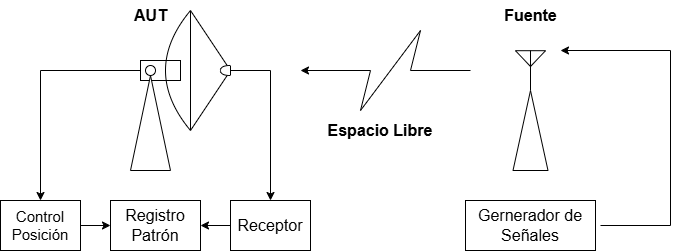
Above: img/farfielddiag.png in aitkenbug/memoria-vaitken (draw.io), before the change. Source tidied: cells renumbered, new cells last; positions are measured from the earlier drawing's top-left corner, leaving out a move shared by most shapes. The source it was exported from:
```xml
<mxGraphModel>
  <root>
    <mxCell id="0" />
    <mxCell id="1" parent="0" />
    <mxCell id="2" style="edgeStyle=orthogonalEdgeStyle;rounded=0;jettySize=auto;html=1;exitX=0;exitY=0.5;exitDx=0;exitDy=0;entryX=0.5;entryY=0;entryDx=0;entryDy=0;" parent="1" edge="1" source="3" target="19">
      <mxGeometry relative="1" as="geometry" />
    </mxCell>
    <mxCell id="3" style="rounded=0;whiteSpace=wrap;html=1;" parent="1" vertex="1">
      <mxGeometry x="140" y="60" width="40" height="20" as="geometry" />
    </mxCell>
    <mxCell id="4" style="verticalLabelPosition=bottom;shadow=0;dashed=0;align=center;html=1;verticalAlign=top;shape=mxgraph.electrical.radio.aerial_-_antenna_2;" parent="1" vertex="1">
      <mxGeometry x="515" y="50" width="30" height="40" as="geometry" />
    </mxCell>
    <mxCell id="5" style="endArrow=none;html=1;rounded=0;" parent="1" edge="1">
      <mxGeometry relative="1" as="geometry">
        <mxPoint x="190" y="130" as="sourcePoint" />
        <mxPoint x="190" y="10" as="targetPoint" />
      </mxGeometry>
    </mxCell>
    <mxCell id="6" style="endArrow=none;html=1;rounded=0;curved=1;" parent="1" edge="1">
      <mxGeometry relative="1" as="geometry">
        <mxPoint x="190" y="130" as="sourcePoint" />
        <mxPoint x="190" y="10" as="targetPoint" />
        <Array as="points">
          <mxPoint x="140" y="70" />
        </Array>
      </mxGeometry>
    </mxCell>
    <mxCell id="7" style="endArrow=none;html=1;rounded=0;" parent="1" edge="1">
      <mxGeometry relative="1" as="geometry">
        <mxPoint x="190" y="130" as="sourcePoint" />
        <mxPoint x="230" y="70" as="targetPoint" />
      </mxGeometry>
    </mxCell>
    <mxCell id="8" style="endArrow=none;html=1;rounded=0;" parent="1" edge="1">
      <mxGeometry relative="1" as="geometry">
        <mxPoint x="190" y="10" as="sourcePoint" />
        <mxPoint x="230" y="70" as="targetPoint" />
      </mxGeometry>
    </mxCell>
    <mxCell id="9" style="shape=or;whiteSpace=wrap;html=1;direction=west;" parent="1" vertex="1">
      <mxGeometry x="220" y="65" width="10" height="10" as="geometry" />
    </mxCell>
    <mxCell id="10" style="triangle;whiteSpace=wrap;html=1;direction=north;" parent="1" vertex="1">
      <mxGeometry x="130" y="75" width="40" height="95" as="geometry" />
    </mxCell>
    <mxCell id="11" style="ellipse;whiteSpace=wrap;html=1;" parent="1" vertex="1">
      <mxGeometry x="145" y="65" width="10" height="10" as="geometry" />
    </mxCell>
    <mxCell id="12" style="triangle;whiteSpace=wrap;html=1;direction=north;" parent="1" vertex="1">
      <mxGeometry x="512.5" y="90" width="35" height="80" as="geometry" />
    </mxCell>
    <mxCell id="13" value="&lt;b&gt;&lt;font style=&quot;font-size: 16px;&quot;&gt;AUT&lt;/font&gt;&lt;/b&gt;" style="text;html=1;align=center;verticalAlign=middle;strokeColor=none;fillColor=none;" parent="1" vertex="1">
      <mxGeometry x="120" width="60" height="30" as="geometry" />
    </mxCell>
    <mxCell id="14" value="&lt;span style=&quot;font-size: 16px;&quot;&gt;&lt;b&gt;Fuente&lt;/b&gt;&lt;/span&gt;" style="text;html=1;align=center;verticalAlign=middle;strokeColor=none;fillColor=none;" parent="1" vertex="1">
      <mxGeometry x="490" width="80" height="30" as="geometry" />
    </mxCell>
    <mxCell id="15" style="edgeStyle=orthogonalEdgeStyle;rounded=0;jettySize=auto;html=1;exitX=0;exitY=0.5;exitDx=0;exitDy=0;entryX=1;entryY=0.5;entryDx=0;entryDy=0;" parent="1" edge="1" source="16" target="17">
      <mxGeometry relative="1" as="geometry" />
    </mxCell>
    <mxCell id="16" value="Receptor" style="rounded=0;whiteSpace=wrap;html=1;fontSize=16;" parent="1" vertex="1">
      <mxGeometry x="230" y="200" width="80" height="50" as="geometry" />
    </mxCell>
    <mxCell id="17" value="Registro Patrón" style="rounded=0;whiteSpace=wrap;html=1;fontSize=16;" parent="1" vertex="1">
      <mxGeometry x="110" y="200" width="90" height="50" as="geometry" />
    </mxCell>
    <mxCell id="18" style="edgeStyle=orthogonalEdgeStyle;rounded=0;jettySize=auto;html=1;exitX=1;exitY=0.5;exitDx=0;exitDy=0;entryX=0;entryY=0.5;entryDx=0;entryDy=0;" parent="1" edge="1" source="19" target="17">
      <mxGeometry relative="1" as="geometry" />
    </mxCell>
    <mxCell id="19" value="Control Posición" style="rounded=0;whiteSpace=wrap;html=1;fontSize=15;" parent="1" vertex="1">
      <mxGeometry y="200" width="80" height="50" as="geometry" />
    </mxCell>
    <mxCell id="20" style="edgeStyle=orthogonalEdgeStyle;rounded=0;jettySize=auto;html=1;exitX=0;exitY=0.5;exitDx=0;exitDy=0;entryX=0.5;entryY=0;entryDx=0;entryDy=0;exitPerimeter=0;" parent="1" edge="1" source="9" target="16">
      <mxGeometry relative="1" as="geometry" />
    </mxCell>
    <mxCell id="21" style="endArrow=classic;html=1;rounded=0;" parent="1" edge="1">
      <mxGeometry relative="1" as="geometry">
        <mxPoint x="470" y="70" as="sourcePoint" />
        <mxPoint x="300" y="70" as="targetPoint" />
        <Array as="points">
          <mxPoint x="410" y="70" />
          <mxPoint x="420" y="30" />
          <mxPoint x="360" y="110" />
          <mxPoint x="370" y="70" />
        </Array>
      </mxGeometry>
    </mxCell>
    <mxCell id="22" value="Gernerador de Señales" style="rounded=0;whiteSpace=wrap;html=1;fontSize=16;" parent="1" vertex="1">
      <mxGeometry x="465" y="200" width="130" height="50" as="geometry" />
    </mxCell>
    <mxCell id="23" value="Espacio Libre" style="text;html=1;align=center;verticalAlign=middle;whiteSpace=wrap;rounded=0;fontStyle=1;fontSize=16;" parent="1" vertex="1">
      <mxGeometry x="310" y="115" width="140" height="30" as="geometry" />
    </mxCell>
    <mxCell id="24" style="endArrow=classic;html=1;rounded=0;" parent="1" edge="1">
      <mxGeometry relative="1" as="geometry">
        <mxPoint x="600" y="225" as="sourcePoint" />
        <mxPoint x="560" y="50" as="targetPoint" />
        <Array as="points">
          <mxPoint x="670" y="225" />
          <mxPoint x="670" y="50" />
        </Array>
      </mxGeometry>
    </mxCell>
  </root>
</mxGraphModel>
```
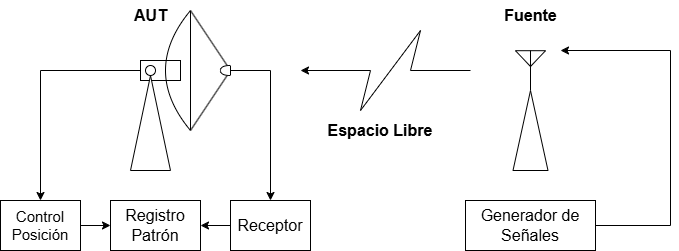
Above is the later version.

What changed in the source:
```diff
@@ -86,15 +86,14 @@
         </Array>
       </mxGeometry>
     </mxCell>
-    <mxCell id="22" value="Gernerador de Señales" style="rounded=0;whiteSpace=wrap;html=1;fontSize=16;" parent="1" vertex="1">
+    <mxCell id="22" value="Generador de Señales" style="rounded=0;whiteSpace=wrap;html=1;fontSize=16;" parent="1" vertex="1">
       <mxGeometry x="465" y="200" width="130" height="50" as="geometry" />
     </mxCell>
     <mxCell id="23" value="Espacio Libre" style="text;html=1;align=center;verticalAlign=middle;whiteSpace=wrap;rounded=0;fontStyle=1;fontSize=16;" parent="1" vertex="1">
       <mxGeometry x="310" y="115" width="140" height="30" as="geometry" />
     </mxCell>
-    <mxCell id="24" style="endArrow=classic;html=1;rounded=0;" parent="1" edge="1">
+    <mxCell id="24" style="endArrow=classic;html=1;rounded=0;exitX=1;exitY=0.5;exitDx=0;exitDy=0;" parent="1" edge="1" source="22">
       <mxGeometry relative="1" as="geometry">
-        <mxPoint x="600" y="225" as="sourcePoint" />
         <mxPoint x="560" y="50" as="targetPoint" />
         <Array as="points">
           <mxPoint x="670" y="225" />
```
